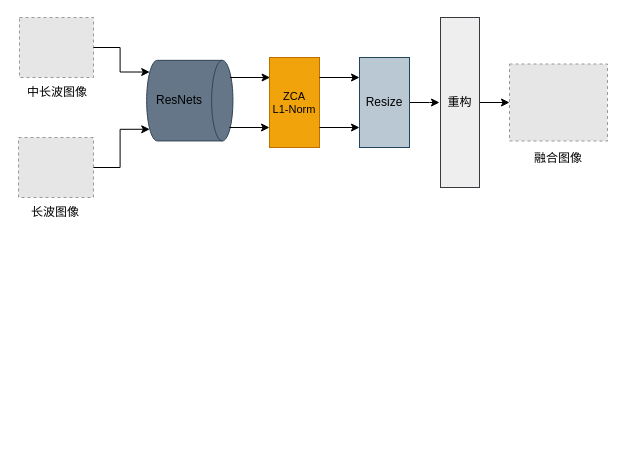
This is 33.drawio from ThrowYouARem/d2l-zh, a draw.io file, before an edit. Source tidied: cells renumbered, new cells numbered last; positions are measured from the earlier drawing's top-left corner, leaving out a move shared by most shapes. Both pictures are drawn from the tidied source at 100%, with x=0, y=0 at pixel (17, 17). Pictures stored in the file or linked from it are replaced by grey dashed boxes.
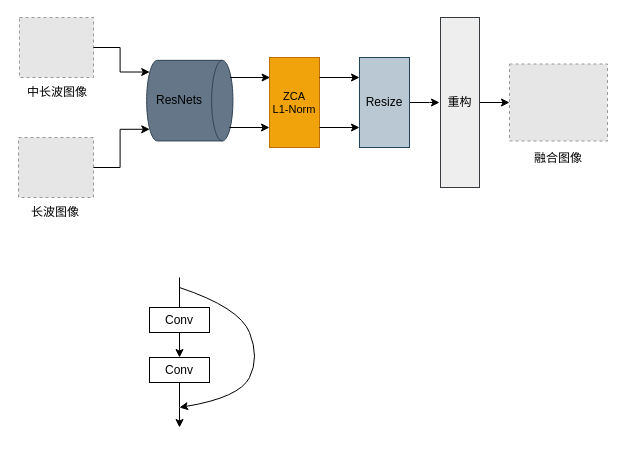
After the change.

Change to the diagram source:
```diff
@@
+    <mxCell id="21" style="edgeStyle=orthogonalEdgeStyle;rounded=0;jettySize=auto;html=1;" parent="1" edge="1" source="22" target="24">
+      <mxGeometry relative="1" as="geometry" />
+    </mxCell>
+    <mxCell id="22" value="Conv" style="rounded=0;whiteSpace=wrap;html=1;" parent="1" vertex="1">
+      <mxGeometry x="132" y="290" width="60" height="25" as="geometry" />
+    </mxCell>
+    <mxCell id="23" style="edgeStyle=orthogonalEdgeStyle;rounded=0;jettySize=auto;html=1;" parent="1" edge="1" source="24">
+      <mxGeometry relative="1" as="geometry">
+        <mxPoint x="162" y="410" as="targetPoint" />
+        <Array as="points">
+          <mxPoint x="162" y="390" />
+          <mxPoint x="162" y="390" />
+        </Array>
+      </mxGeometry>
+    </mxCell>
+    <mxCell id="24" value="Conv" style="rounded=0;whiteSpace=wrap;html=1;" parent="1" vertex="1">
+      <mxGeometry x="132" y="340" width="60" height="25" as="geometry" />
+    </mxCell>
+    <mxCell id="25" style="endArrow=none;html=1;rounded=0;" parent="1" edge="1">
+      <mxGeometry relative="1" as="geometry">
+        <mxPoint x="162" y="290" as="sourcePoint" />
+        <mxPoint x="162" y="260" as="targetPoint" />
+      </mxGeometry>
+    </mxCell>
+    <mxCell id="26" style="curved=1;endArrow=classic;html=1;rounded=0;" parent="1" edge="1">
+      <mxGeometry relative="1" as="geometry">
+        <mxPoint x="162" y="270" as="sourcePoint" />
+        <mxPoint x="162" y="390" as="targetPoint" />
+        <Array as="points">
+          <mxPoint x="222" y="290" />
+          <mxPoint x="242" y="340" />
+          <mxPoint x="222" y="380" />
+        </Array>
+      </mxGeometry>
+    </mxCell>
```
